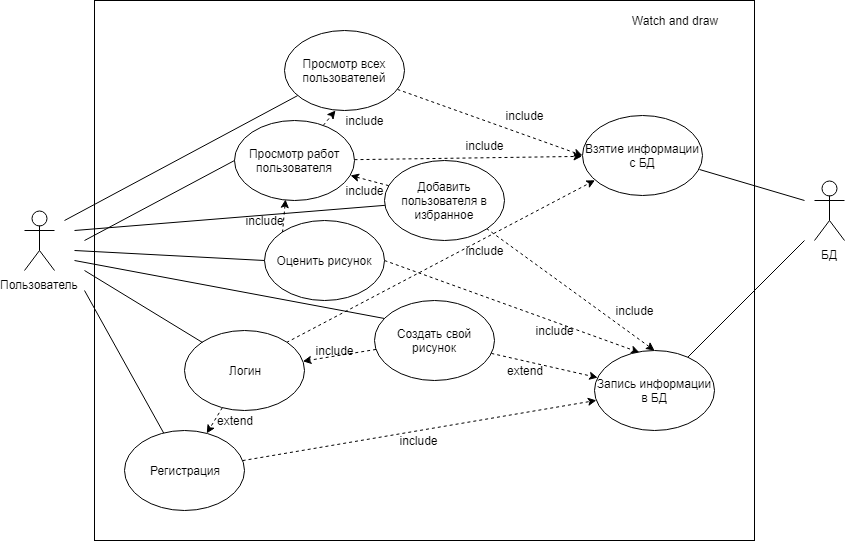
The draw.io diagram diagrams/use case/use case.png in ivancherniak/draw-and-watch, before a commit. Source tidied: cells renumbered, new cells last; positions are measured from the earlier drawing's top-left corner, leaving out a move shared by most shapes.
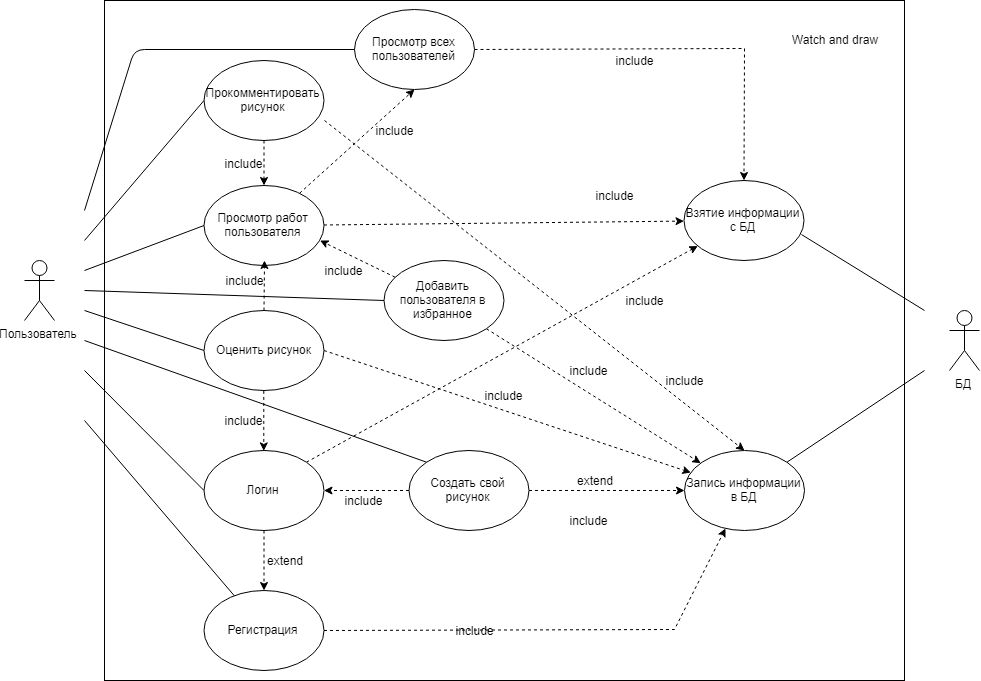
The same diagram one commit later.

What changed in the source:
```diff
@@ -3,40 +3,48 @@
     <mxCell id="0" />
     <mxCell id="1" parent="0" />
     <mxCell id="2" style="rounded=0;whiteSpace=wrap;html=1;" parent="1" vertex="1">
-      <mxGeometry x="70" width="660" height="540" as="geometry" />
+      <mxGeometry x="-50" y="-50" width="800" height="680" as="geometry" />
     </mxCell>
     <mxCell id="3" value="Watch and draw" style="text;html=1;strokeColor=none;fillColor=none;align=center;verticalAlign=middle;whiteSpace=wrap;rounded=0;" parent="1" vertex="1">
-      <mxGeometry x="600" y="10" width="100" height="20" as="geometry" />
+      <mxGeometry x="630" y="-21" width="100" height="20" as="geometry" />
     </mxCell>
     <mxCell id="4" value="Пользователь" style="shape=umlActor;verticalLabelPosition=bottom;labelBackgroundColor=#ffffff;verticalAlign=top;html=1;" parent="1" vertex="1">
-      <mxGeometry y="210" width="30" height="60" as="geometry" />
+      <mxGeometry x="-130" y="210" width="30" height="60" as="geometry" />
     </mxCell>
-    <mxCell id="5" style="edgeStyle=none;rounded=0;jettySize=auto;html=1;entryX=0;entryY=0.5;entryDx=0;entryDy=0;dashed=1;endArrow=classic;endFill=1;" parent="1" edge="1" source="6" target="33">
-      <mxGeometry relative="1" as="geometry" />
+    <mxCell id="5" style="edgeStyle=none;rounded=0;jettySize=auto;html=1;entryX=0.5;entryY=0;entryDx=0;entryDy=0;dashed=1;endArrow=classic;endFill=1;" parent="1" edge="1" source="6" target="33">
+      <mxGeometry relative="1" as="geometry">
+        <Array as="points">
+          <mxPoint x="590" y="-2" />
+        </Array>
+      </mxGeometry>
     </mxCell>
     <mxCell id="6" value="Просмотр всех пользователей" style="ellipse;whiteSpace=wrap;html=1;" parent="1" vertex="1">
-      <mxGeometry x="260" y="30" width="120" height="80" as="geometry" />
+      <mxGeometry x="200" y="-41" width="120" height="80" as="geometry" />
     </mxCell>
     <mxCell id="7" style="rounded=0;jettySize=auto;html=1;dashed=1;endArrow=classic;endFill=1;entryX=0.967;entryY=0.688;entryDx=0;entryDy=0;entryPerimeter=0;" parent="1" edge="1" source="20" target="10">
       <mxGeometry relative="1" as="geometry" />
     </mxCell>
-    <mxCell id="8" style="edgeStyle=none;rounded=0;jettySize=auto;html=1;entryX=0.425;entryY=1;entryDx=0;entryDy=0;dashed=1;endArrow=classic;endFill=1;entryPerimeter=0;" parent="1" edge="1" source="10" target="6">
+    <mxCell id="8" style="edgeStyle=none;rounded=0;jettySize=auto;html=1;entryX=0.5;entryY=1;entryDx=0;entryDy=0;dashed=1;endArrow=classic;endFill=1;" parent="1" edge="1" source="10" target="6">
       <mxGeometry relative="1" as="geometry" />
     </mxCell>
     <mxCell id="9" style="edgeStyle=none;rounded=0;jettySize=auto;html=1;dashed=1;endArrow=classic;endFill=1;" parent="1" edge="1" source="10" target="33">
       <mxGeometry relative="1" as="geometry" />
     </mxCell>
     <mxCell id="10" value="Просмотр работ пользователя" style="ellipse;whiteSpace=wrap;html=1;" parent="1" vertex="1">
-      <mxGeometry x="210" y="120" width="120" height="80" as="geometry" />
+      <mxGeometry x="49.5" y="135" width="120" height="80" as="geometry" />
     </mxCell>
     <mxCell id="11" style="edgeStyle=none;rounded=0;jettySize=auto;html=1;dashed=1;endArrow=classic;endFill=1;" parent="1" edge="1" source="13" target="16">
       <mxGeometry relative="1" as="geometry" />
     </mxCell>
     <mxCell id="12" style="edgeStyle=none;rounded=0;jettySize=auto;html=1;dashed=1;endArrow=classic;endFill=1;" parent="1" edge="1" source="13" target="32">
-      <mxGeometry relative="1" as="geometry" />
+      <mxGeometry relative="1" as="geometry">
+        <Array as="points">
+          <mxPoint x="440" y="440" />
+        </Array>
+      </mxGeometry>
     </mxCell>
     <mxCell id="13" value="Создать свой рисунок&lt;br&gt;" style="ellipse;whiteSpace=wrap;html=1;" parent="1" vertex="1">
-      <mxGeometry x="350" y="300" width="120" height="80" as="geometry" />
+      <mxGeometry x="254.5" y="400" width="120" height="80" as="geometry" />
     </mxCell>
     <mxCell id="14" style="edgeStyle=none;rounded=0;jettySize=auto;html=1;dashed=1;endArrow=classic;endFill=1;" parent="1" edge="1" source="16" target="18">
       <mxGeometry relative="1" as="geometry" />
@@ -45,118 +53,158 @@
       <mxGeometry relative="1" as="geometry" />
     </mxCell>
     <mxCell id="16" value="Логин&lt;br&gt;" style="ellipse;whiteSpace=wrap;html=1;" parent="1" vertex="1">
-      <mxGeometry x="160" y="330" width="120" height="80" as="geometry" />
+      <mxGeometry x="49.5" y="400" width="120" height="80" as="geometry" />
     </mxCell>
     <mxCell id="17" style="edgeStyle=none;rounded=0;jettySize=auto;html=1;dashed=1;endArrow=classic;endFill=1;" parent="1" edge="1" source="18" target="32">
-      <mxGeometry relative="1" as="geometry" />
+      <mxGeometry relative="1" as="geometry">
+        <Array as="points">
+          <mxPoint x="520" y="579" />
+        </Array>
+      </mxGeometry>
     </mxCell>
     <mxCell id="18" value="Регистрация&lt;br&gt;" style="ellipse;whiteSpace=wrap;html=1;" parent="1" vertex="1">
-      <mxGeometry x="100" y="430" width="120" height="80" as="geometry" />
+      <mxGeometry x="49.5" y="540" width="120" height="80" as="geometry" />
     </mxCell>
-    <mxCell id="19" style="edgeStyle=none;rounded=0;jettySize=auto;html=1;exitX=1;exitY=1;exitDx=0;exitDy=0;entryX=0.5;entryY=0;entryDx=0;entryDy=0;dashed=1;endArrow=classic;endFill=1;" parent="1" edge="1" source="20" target="32">
+    <mxCell id="19" style="edgeStyle=none;rounded=0;jettySize=auto;html=1;exitX=1;exitY=1;exitDx=0;exitDy=0;dashed=1;endArrow=classic;endFill=1;" parent="1" edge="1" source="20" target="32">
       <mxGeometry relative="1" as="geometry" />
     </mxCell>
     <mxCell id="20" value="Добавить пользователя в избранное" style="ellipse;whiteSpace=wrap;html=1;" parent="1" vertex="1">
-      <mxGeometry x="360" y="160" width="120" height="80" as="geometry" />
+      <mxGeometry x="229.5" y="210" width="120" height="80" as="geometry" />
     </mxCell>
-    <mxCell id="21" style="edgeStyle=none;rounded=0;jettySize=auto;html=1;entryX=0.425;entryY=0.988;entryDx=0;entryDy=0;entryPerimeter=0;dashed=1;endArrow=classic;endFill=1;exitX=0;exitY=0;exitDx=0;exitDy=0;" parent="1" edge="1" source="23" target="10">
-      <mxGeometry relative="1" as="geometry" />
+    <mxCell id="21" style="edgeStyle=none;rounded=0;jettySize=auto;html=1;dashed=1;endArrow=classic;endFill=1;exitX=0.5;exitY=0;exitDx=0;exitDy=0;" parent="1" edge="1" source="23">
+      <mxGeometry relative="1" as="geometry">
+        <mxPoint x="110" y="210" as="targetPoint" />
+      </mxGeometry>
     </mxCell>
-    <mxCell id="22" style="edgeStyle=none;rounded=0;jettySize=auto;html=1;entryX=0.375;entryY=0.025;entryDx=0;entryDy=0;entryPerimeter=0;dashed=1;endArrow=classic;endFill=1;exitX=1;exitY=0.5;exitDx=0;exitDy=0;" parent="1" edge="1" source="23" target="32">
+    <mxCell id="22" style="edgeStyle=none;rounded=0;jettySize=auto;html=1;dashed=1;endArrow=classic;endFill=1;exitX=1;exitY=0.5;exitDx=0;exitDy=0;" parent="1" edge="1" source="23" target="32">
       <mxGeometry relative="1" as="geometry" />
     </mxCell>
+    <mxCell id="48" style="edgeStyle=orthogonalEdgeStyle;rounded=0;jettySize=auto;html=1;exitX=0.5;exitY=1;exitDx=0;exitDy=0;entryX=0.5;entryY=0;entryDx=0;entryDy=0;dashed=1;" parent="1" edge="1" source="23" target="16">
+      <mxGeometry relative="1" as="geometry" />
+    </mxCell>
     <mxCell id="23" value="Оценить рисунок" style="ellipse;whiteSpace=wrap;html=1;" parent="1" vertex="1">
-      <mxGeometry x="240" y="220" width="120" height="80" as="geometry" />
+      <mxGeometry x="49.5" y="260" width="120" height="80" as="geometry" />
     </mxCell>
     <mxCell id="24" value="БД&lt;br&gt;" style="shape=umlActor;verticalLabelPosition=bottom;labelBackgroundColor=#ffffff;verticalAlign=top;html=1;" parent="1" vertex="1">
-      <mxGeometry x="790" y="180" width="30" height="60" as="geometry" />
+      <mxGeometry x="795" y="260" width="30" height="60" as="geometry" />
     </mxCell>
     <mxCell id="25" style="endArrow=none;html=1;" parent="1" edge="1" target="6">
       <mxGeometry relative="1" as="geometry">
-        <mxPoint x="40" y="220" as="sourcePoint" />
+        <mxPoint x="-70" y="160" as="sourcePoint" />
+        <Array as="points">
+          <mxPoint x="-20" y="-1" />
+        </Array>
       </mxGeometry>
     </mxCell>
-    <mxCell id="26" style="endArrow=none;html=1;" parent="1" edge="1" target="20">
+    <mxCell id="26" style="endArrow=none;html=1;exitX=0;exitY=0.5;exitDx=0;exitDy=0;" parent="1" edge="1" source="20">
       <mxGeometry relative="1" as="geometry">
-        <mxPoint x="50" y="230" as="sourcePoint" />
+        <mxPoint x="-70" y="240" as="targetPoint" />
       </mxGeometry>
     </mxCell>
     <mxCell id="27" style="endArrow=none;html=1;entryX=0;entryY=0.5;entryDx=0;entryDy=0;" parent="1" edge="1" target="10">
       <mxGeometry relative="1" as="geometry">
-        <mxPoint x="60" y="240" as="sourcePoint" />
+        <mxPoint x="-70" y="220" as="sourcePoint" />
       </mxGeometry>
     </mxCell>
     <mxCell id="28" style="endArrow=none;html=1;entryX=0;entryY=0.5;entryDx=0;entryDy=0;" parent="1" edge="1" target="23">
       <mxGeometry relative="1" as="geometry">
-        <mxPoint x="50" y="250" as="sourcePoint" />
+        <mxPoint x="-70" y="260" as="sourcePoint" />
       </mxGeometry>
     </mxCell>
-    <mxCell id="29" style="endArrow=none;html=1;entryX=0.083;entryY=0.225;entryDx=0;entryDy=0;entryPerimeter=0;" parent="1" edge="1" target="13">
+    <mxCell id="29" style="endArrow=none;html=1;exitX=0;exitY=0;exitDx=0;exitDy=0;" parent="1" edge="1" source="13">
       <mxGeometry relative="1" as="geometry">
-        <mxPoint x="50" y="260" as="sourcePoint" />
+        <mxPoint x="-70" y="290" as="targetPoint" />
       </mxGeometry>
     </mxCell>
-    <mxCell id="30" style="endArrow=none;html=1;entryX=0;entryY=0;entryDx=0;entryDy=0;" parent="1" edge="1" target="16">
+    <mxCell id="30" style="endArrow=none;html=1;entryX=0;entryY=0.5;entryDx=0;entryDy=0;" parent="1" edge="1" target="16">
       <mxGeometry relative="1" as="geometry">
-        <mxPoint x="60" y="270" as="sourcePoint" />
+        <mxPoint x="-70" y="320" as="sourcePoint" />
       </mxGeometry>
     </mxCell>
     <mxCell id="31" style="endArrow=none;html=1;" parent="1" edge="1" target="18">
       <mxGeometry relative="1" as="geometry">
-        <mxPoint x="60" y="290" as="sourcePoint" />
+        <mxPoint x="-70" y="370" as="sourcePoint" />
       </mxGeometry>
     </mxCell>
     <mxCell id="32" value="Запись информации в БД&lt;br&gt;" style="ellipse;whiteSpace=wrap;html=1;" parent="1" vertex="1">
-      <mxGeometry x="570" y="350" width="120" height="80" as="geometry" />
+      <mxGeometry x="530" y="400" width="120" height="80" as="geometry" />
     </mxCell>
     <mxCell id="33" value="Взятие информации с БД&lt;br&gt;" style="ellipse;whiteSpace=wrap;html=1;" parent="1" vertex="1">
-      <mxGeometry x="557.5" y="115" width="120" height="80" as="geometry" />
+      <mxGeometry x="529.5" y="130" width="120" height="80" as="geometry" />
     </mxCell>
     <mxCell id="34" value="include&lt;br&gt;" style="text;html=1;strokeColor=none;fillColor=none;align=center;verticalAlign=middle;whiteSpace=wrap;rounded=0;" parent="1" vertex="1">
       <mxGeometry x="440" y="135" width="40" height="20" as="geometry" />
     </mxCell>
     <mxCell id="35" value="include&lt;br&gt;" style="text;html=1;strokeColor=none;fillColor=none;align=center;verticalAlign=middle;whiteSpace=wrap;rounded=0;" parent="1" vertex="1">
-      <mxGeometry x="220" y="210" width="40" height="20" as="geometry" />
+      <mxGeometry x="189.5" y="440" width="40" height="20" as="geometry" />
     </mxCell>
     <mxCell id="36" value="include&lt;br&gt;" style="text;html=1;strokeColor=none;fillColor=none;align=center;verticalAlign=middle;whiteSpace=wrap;rounded=0;" parent="1" vertex="1">
-      <mxGeometry x="290" y="340" width="40" height="20" as="geometry" />
+      <mxGeometry x="300" y="570" width="40" height="20" as="geometry" />
     </mxCell>
     <mxCell id="37" value="extend&lt;br&gt;" style="text;html=1;strokeColor=none;fillColor=none;align=center;verticalAlign=middle;whiteSpace=wrap;rounded=0;" parent="1" vertex="1">
-      <mxGeometry x="190" y="410" width="40" height="20" as="geometry" />
+      <mxGeometry x="110" y="500" width="40" height="20" as="geometry" />
     </mxCell>
     <mxCell id="38" value="extend&lt;br&gt;" style="text;html=1;strokeColor=none;fillColor=none;align=center;verticalAlign=middle;whiteSpace=wrap;rounded=0;" parent="1" vertex="1">
-      <mxGeometry x="480" y="360" width="40" height="20" as="geometry" />
+      <mxGeometry x="420" y="420" width="40" height="20" as="geometry" />
     </mxCell>
     <mxCell id="39" value="include&lt;br&gt;" style="text;html=1;strokeColor=none;fillColor=none;align=center;verticalAlign=middle;whiteSpace=wrap;rounded=0;" parent="1" vertex="1">
-      <mxGeometry x="320" y="110" width="40" height="20" as="geometry" />
+      <mxGeometry x="169.5" y="210" width="40" height="20" as="geometry" />
     </mxCell>
     <mxCell id="40" value="include&lt;br&gt;" style="text;html=1;strokeColor=none;fillColor=none;align=center;verticalAlign=middle;whiteSpace=wrap;rounded=0;" parent="1" vertex="1">
-      <mxGeometry x="590" y="300" width="40" height="20" as="geometry" />
+      <mxGeometry x="460" width="40" height="20" as="geometry" />
     </mxCell>
     <mxCell id="41" value="include&lt;br&gt;" style="text;html=1;strokeColor=none;fillColor=none;align=center;verticalAlign=middle;whiteSpace=wrap;rounded=0;" parent="1" vertex="1">
-      <mxGeometry x="320" y="180" width="40" height="20" as="geometry" />
+      <mxGeometry x="70" y="220" width="40" height="20" as="geometry" />
     </mxCell>
     <mxCell id="42" value="include&lt;br&gt;" style="text;html=1;strokeColor=none;fillColor=none;align=center;verticalAlign=middle;whiteSpace=wrap;rounded=0;" parent="1" vertex="1">
-      <mxGeometry x="374" y="430" width="40" height="20" as="geometry" />
+      <mxGeometry x="414" y="460" width="40" height="20" as="geometry" />
     </mxCell>
     <mxCell id="43" value="include&lt;br&gt;" style="text;html=1;strokeColor=none;fillColor=none;align=center;verticalAlign=middle;whiteSpace=wrap;rounded=0;" parent="1" vertex="1">
-      <mxGeometry x="440" y="240" width="40" height="20" as="geometry" />
+      <mxGeometry x="470" y="240" width="40" height="20" as="geometry" />
     </mxCell>
     <mxCell id="44" value="include&lt;br&gt;" style="text;html=1;strokeColor=none;fillColor=none;align=center;verticalAlign=middle;whiteSpace=wrap;rounded=0;" parent="1" vertex="1">
       <mxGeometry x="510" y="320" width="40" height="20" as="geometry" />
     </mxCell>
     <mxCell id="45" style="endArrow=none;html=1;entryX=0.979;entryY=0.675;entryDx=0;entryDy=0;entryPerimeter=0;" parent="1" edge="1" target="33">
       <mxGeometry relative="1" as="geometry">
-        <mxPoint x="780" y="200" as="sourcePoint" />
+        <mxPoint x="770" y="260" as="sourcePoint" />
       </mxGeometry>
     </mxCell>
     <mxCell id="46" style="endArrow=none;html=1;" parent="1" edge="1" target="32">
       <mxGeometry relative="1" as="geometry">
-        <mxPoint x="780" y="240" as="sourcePoint" />
+        <mxPoint x="770" y="320" as="sourcePoint" />
       </mxGeometry>
     </mxCell>
     <mxCell id="47" value="include&lt;br&gt;" style="text;html=1;strokeColor=none;fillColor=none;align=center;verticalAlign=middle;whiteSpace=wrap;rounded=0;" parent="1" vertex="1">
-      <mxGeometry x="480" y="105" width="40" height="20" as="geometry" />
+      <mxGeometry x="220" y="70" width="40" height="20" as="geometry" />
     </mxCell>
+    <mxCell id="49" value="Прокомментировать рисунок" style="ellipse;whiteSpace=wrap;html=1;" parent="1" vertex="1">
+      <mxGeometry x="49.5" y="10" width="120" height="80" as="geometry" />
+    </mxCell>
+    <mxCell id="50" style="endArrow=none;html=1;exitX=0;exitY=0.5;exitDx=0;exitDy=0;" parent="1" edge="1" source="49">
+      <mxGeometry relative="1" as="geometry">
+        <mxPoint x="-70" y="190" as="targetPoint" />
+      </mxGeometry>
+    </mxCell>
+    <mxCell id="51" style="edgeStyle=none;rounded=0;jettySize=auto;html=1;dashed=1;endArrow=classic;endFill=1;entryX=0.5;entryY=0;entryDx=0;entryDy=0;" parent="1" edge="1" target="32">
+      <mxGeometry relative="1" as="geometry">
+        <mxPoint x="170" y="70" as="sourcePoint" />
+      </mxGeometry>
+    </mxCell>
+    <mxCell id="52" style="edgeStyle=none;rounded=0;jettySize=auto;html=1;entryX=0.5;entryY=0;entryDx=0;entryDy=0;dashed=1;endArrow=classic;endFill=1;exitX=0.5;exitY=1;exitDx=0;exitDy=0;" parent="1" edge="1" source="49" target="10">
+      <mxGeometry relative="1" as="geometry" />
+    </mxCell>
+    <mxCell id="53" value="include&lt;br&gt;" style="text;html=1;strokeColor=none;fillColor=none;align=center;verticalAlign=middle;whiteSpace=wrap;rounded=0;" parent="1" vertex="1">
+      <mxGeometry x="69.5" y="102.5" width="40" height="20" as="geometry" />
+    </mxCell>
+    <mxCell id="54" value="include&lt;br&gt;" style="text;html=1;strokeColor=none;fillColor=none;align=center;verticalAlign=middle;whiteSpace=wrap;rounded=0;" parent="1" vertex="1">
+      <mxGeometry x="414" y="310" width="40" height="20" as="geometry" />
+    </mxCell>
+    <mxCell id="55" value="include&lt;br&gt;" style="text;html=1;strokeColor=none;fillColor=none;align=center;verticalAlign=middle;whiteSpace=wrap;rounded=0;" parent="1" vertex="1">
+      <mxGeometry x="329.5" y="335" width="40" height="20" as="geometry" />
+    </mxCell>
+    <mxCell id="56" value="include&lt;br&gt;" style="text;html=1;strokeColor=none;fillColor=none;align=center;verticalAlign=middle;whiteSpace=wrap;rounded=0;" parent="1" vertex="1">
+      <mxGeometry x="69.5" y="360" width="40" height="20" as="geometry" />
+    </mxCell>
   </root>
 </mxGraphModel>
```
